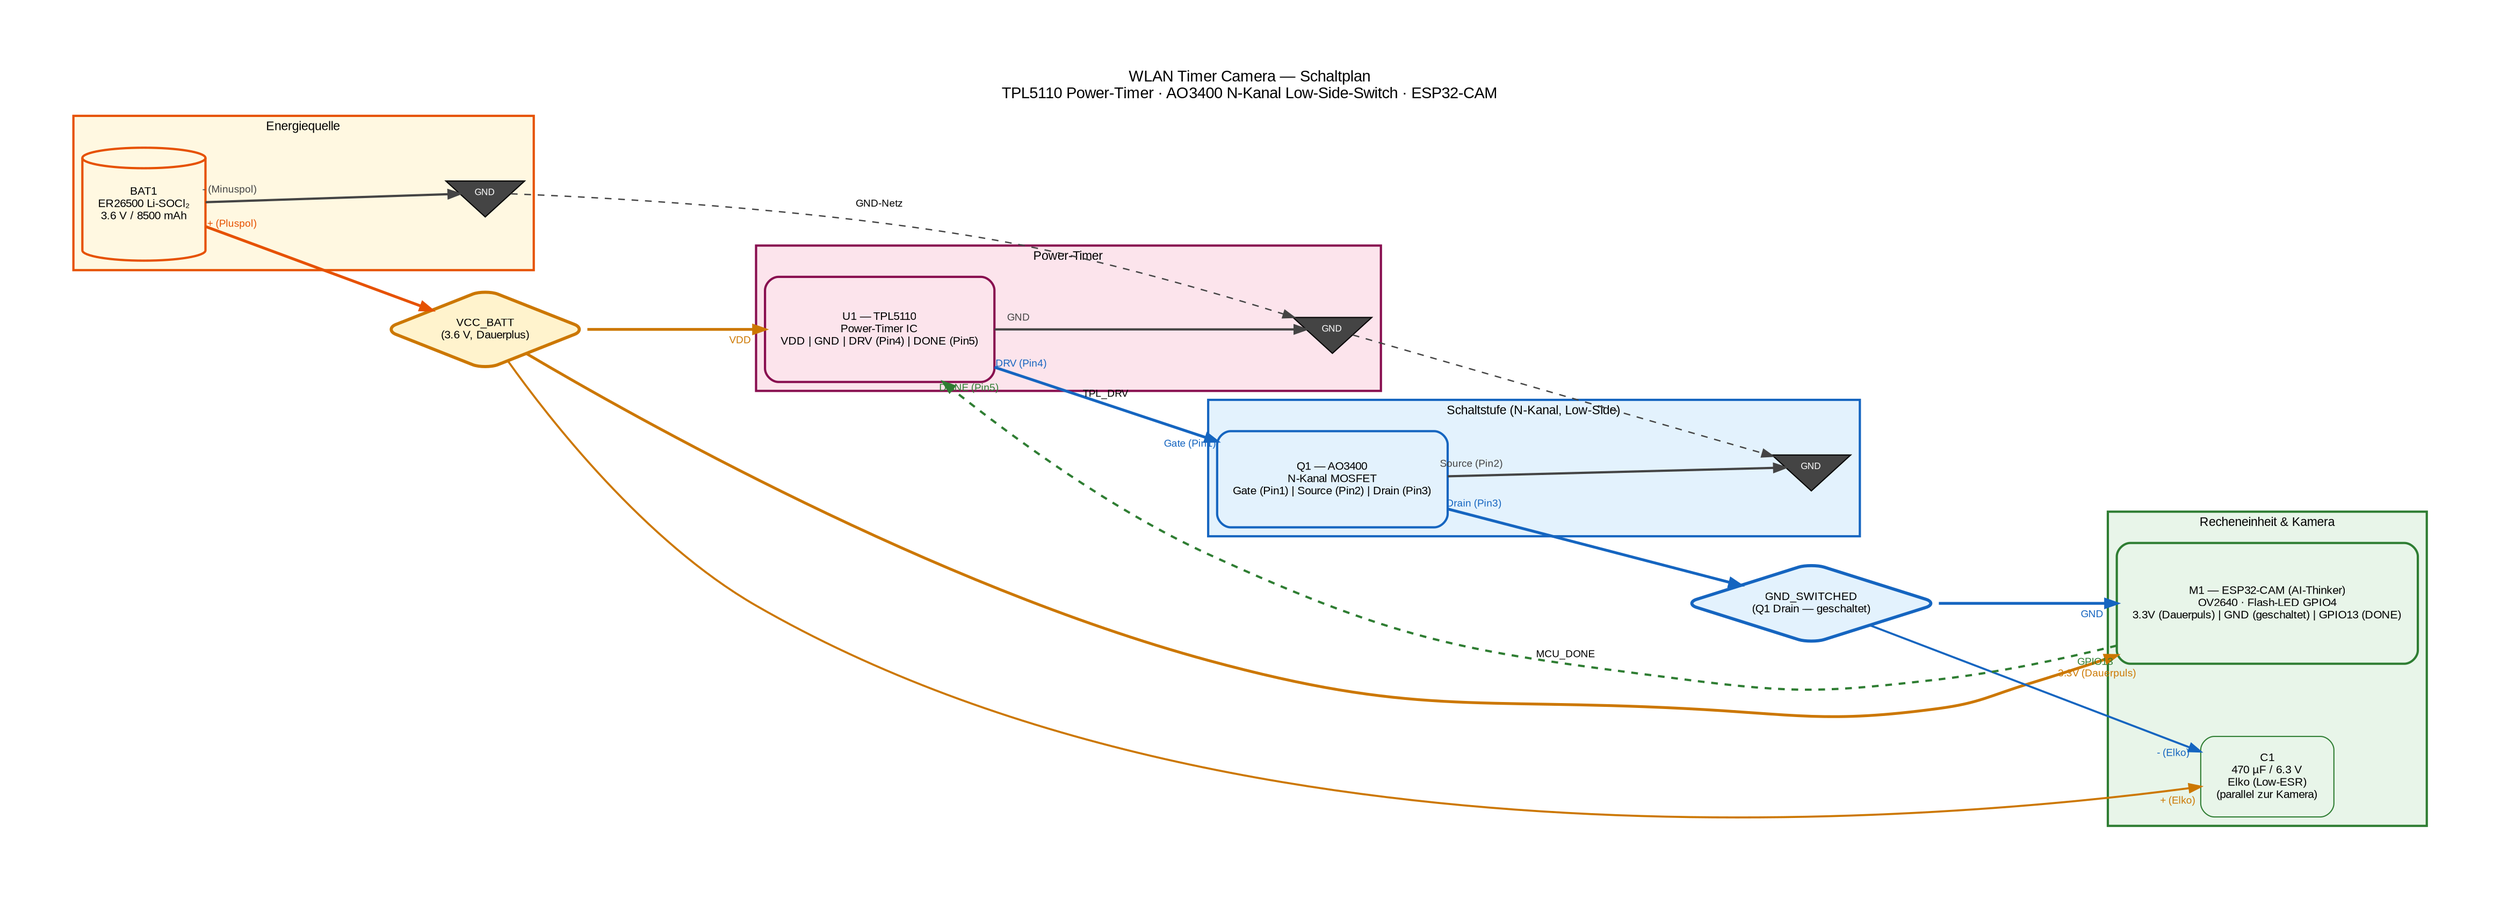
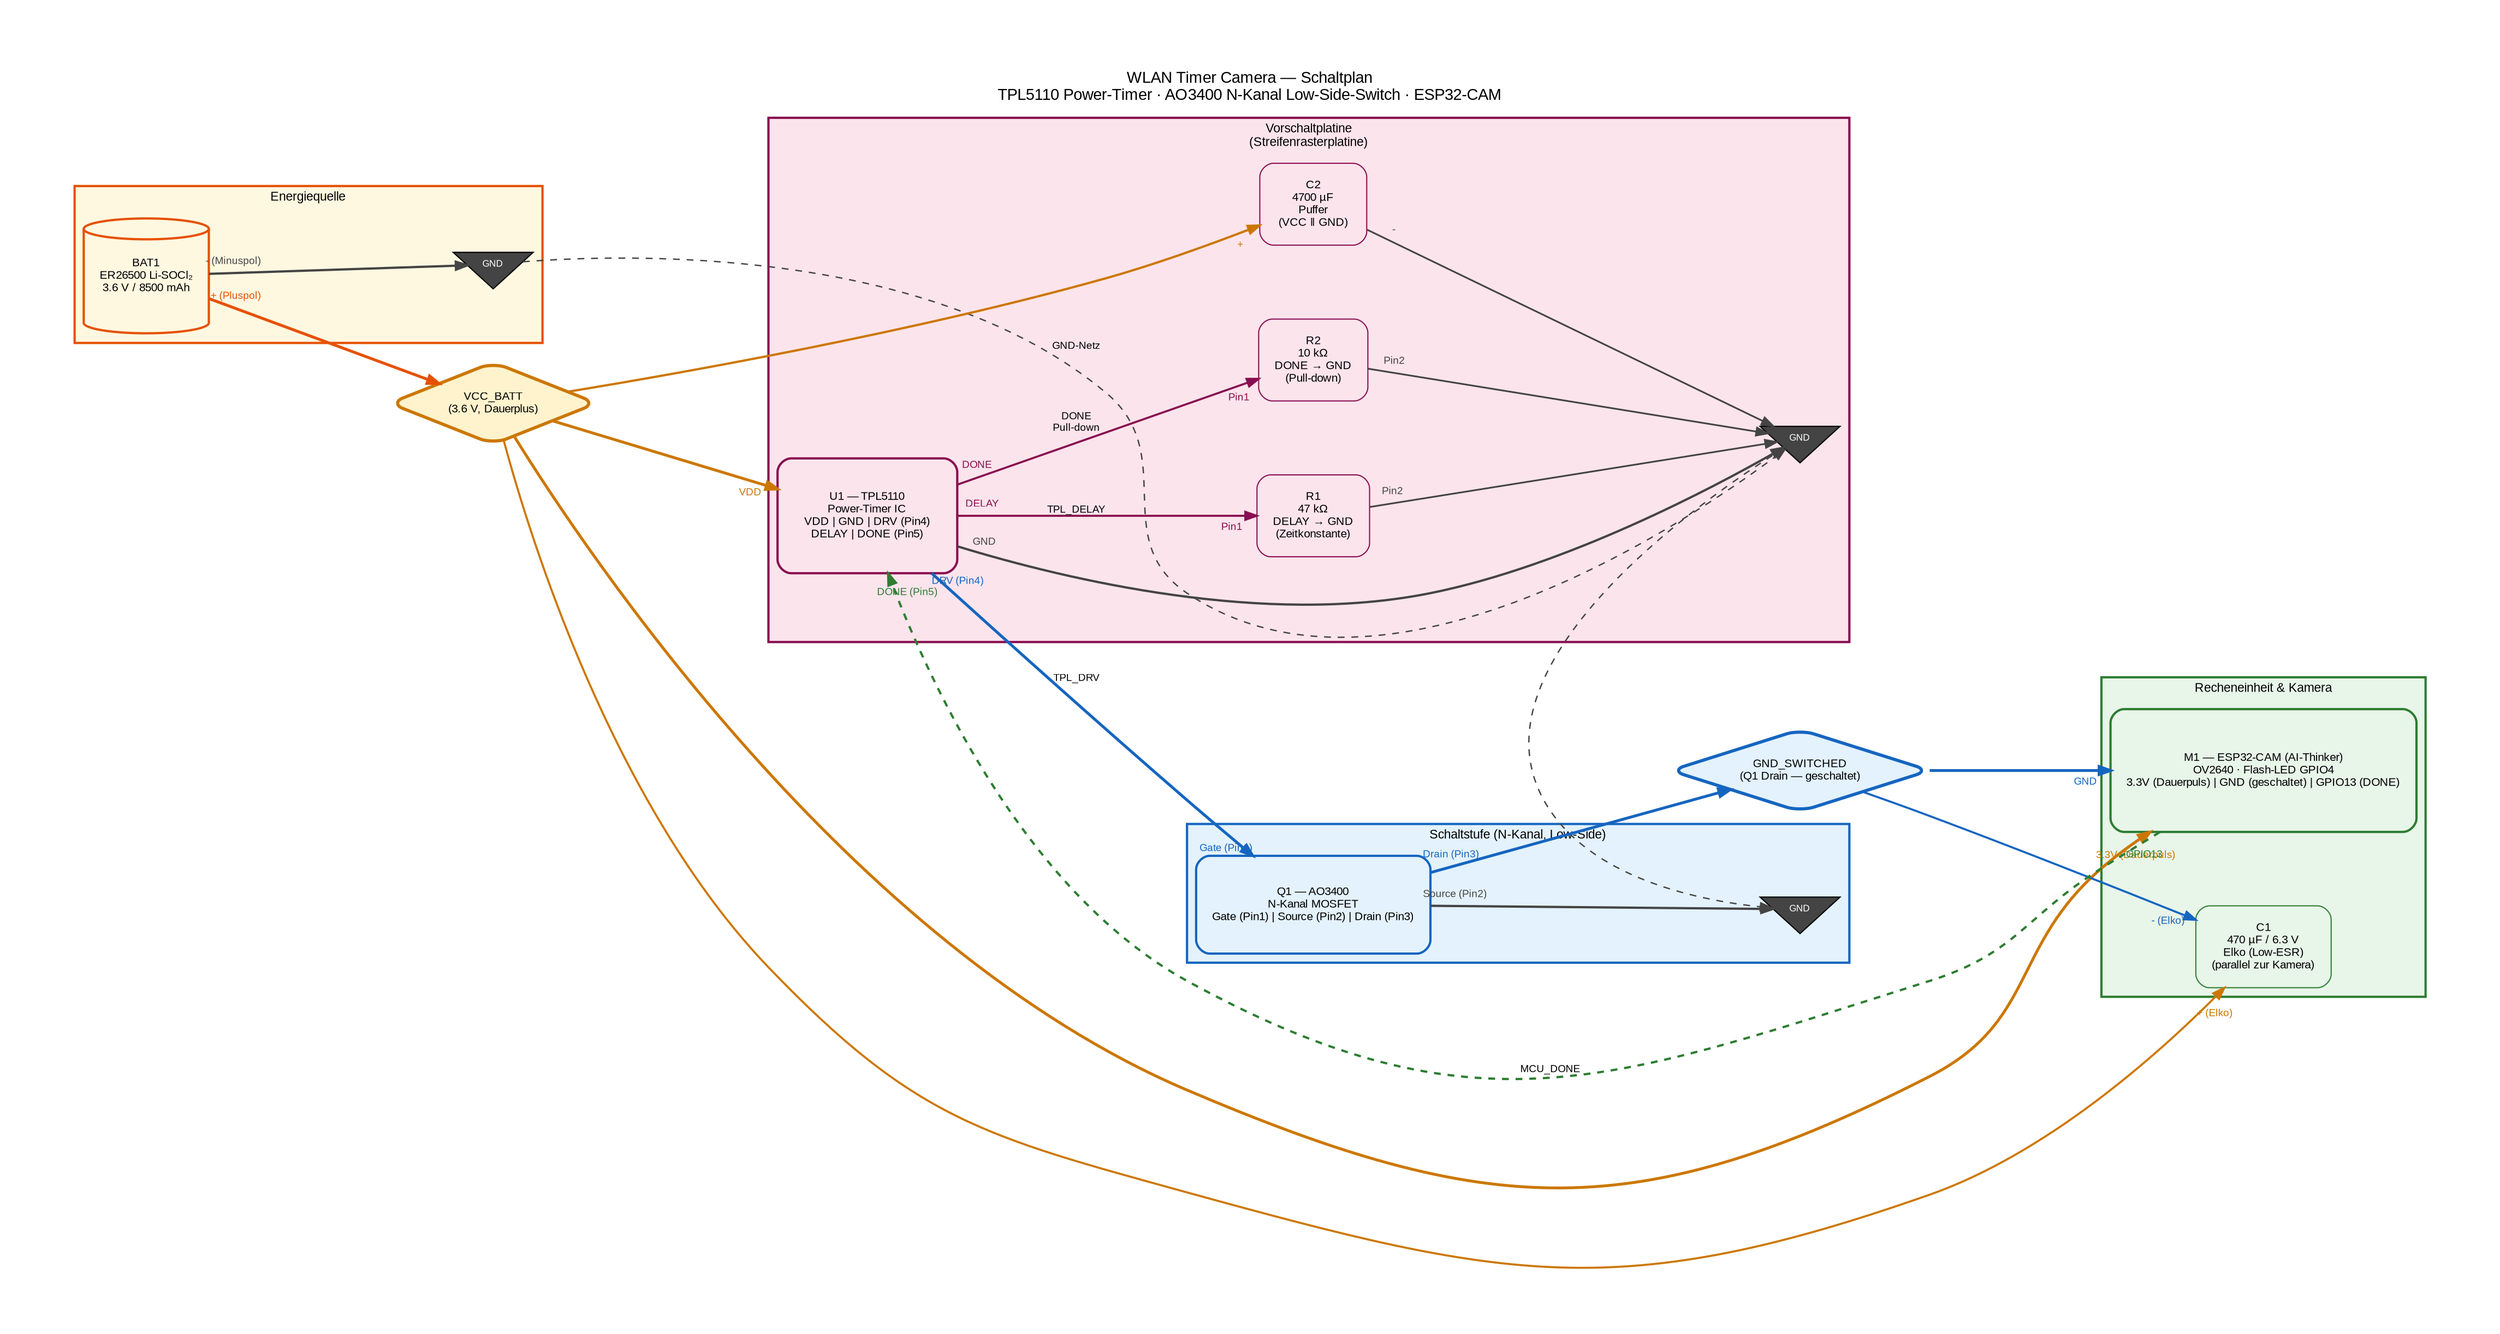
digraph WlanTimerCamera {
    graph [
        rankdir=LR
        fontname="Arial"
        fontsize=14
        label="WLAN Timer Camera — Schaltplan\nTPL5110 Power-Timer · AO3400 N-Kanal Low-Side-Switch · ESP32-CAM"
        labelloc=t
        labeljust=c
        splines=spline
        nodesep=0.9
        ranksep=2.2
        compound=true
        bgcolor=white
        pad=0.8
    ]
    node [fontname="Arial" fontsize=10 style="filled,rounded" shape=box margin="0.2,0.12"]
    edge [
        fontname="Arial"
        fontsize=9
        penwidth=1.5
        labelfontsize=9
        labeldistance=2.4
        labelangle=25
    ]

    // ── GND-Symbole (je eines pro Cluster) ───────────────────────────────────
    node [shape=invtriangle style=filled fillcolor="#444444" fontcolor=white
          fontsize=8 width=0.4 height=0.28 margin="0.04,0.04" label="GND"]
-     gnd_src  gnd_timer  gnd_mosfet
+     gnd_src  gnd_pre  gnd_mosfet

    // Normalen Node-Stil wiederherstellen
    node [shape=box style="filled,rounded" fontsize=10 fontcolor=black
          margin="0.2,0.12" width=1.0 height=0.6]

    // ── Zwischenpotenziale (Diamonds) ────────────────────────────────────────
    VCC_BATT [
        label="VCC_BATT\n(3.6 V, Dauerplus)"
        shape=diamond
        fillcolor="#FFF3CD" color="#CC7700" penwidth=2.8
        width=2.1 height=1.0 fontsize=10
    ]

    GND_SW [
        label="GND_SWITCHED\n(Q1 Drain — geschaltet)"
        shape=diamond
        fillcolor="#E3F2FD" color="#1565C0" penwidth=2.8
        width=2.2 height=1.0 fontsize=10
    ]

    // ── Cluster: Energiequelle ───────────────────────────────────────────────
    subgraph cluster_source {
        label="Energiequelle"
        style=filled fillcolor="#FFF8E1" color="#E65100" penwidth=2
        fontname="Arial" fontsize=11

        BAT1 [
            label="BAT1\nER26500 Li-SOCl₂\n3.6 V / 8500 mAh"
            shape=cylinder width=1.3 height=1.4
            fillcolor="#FFF8E1" color="#E65100" penwidth=2
            style=filled
        ]
        gnd_src
    }

-     // ── Cluster: Power-Timer ─────────────────────────────────────────────────
-     subgraph cluster_timer {
-         label="Power-Timer"
+     // ── Cluster: Vorschaltplatine (Streifenrasterplatine) ───────────────────
+     subgraph cluster_pre {
+         label="Vorschaltplatine\n(Streifenrasterplatine)"
        style=filled fillcolor="#FCE4EC" color="#880E4F" penwidth=2
        fontname="Arial" fontsize=11

+         C2 [
+             label="C2\n4700 µF\nPuffer\n(VCC ‖ GND)"
+             shape=box width=1.3 height=1.0
+             fillcolor="#FCE4EC" color="#880E4F"
+             style="filled,rounded"
+         ]
        U1 [
-             label="U1 — TPL5110\nPower-Timer IC\nVDD | GND | DRV (Pin4) | DONE (Pin5)"
-             shape=box width=2.2 height=1.3
+             label="U1 — TPL5110\nPower-Timer IC\nVDD | GND | DRV (Pin4)\nDELAY | DONE (Pin5)"
+             shape=box width=2.2 height=1.4
            fillcolor="#FCE4EC" color="#880E4F" penwidth=2
            style="filled,rounded"
        ]
-         gnd_timer
+         R1 [
+             label="R1\n47 kΩ\nDELAY → GND\n(Zeitkonstante)"
+             shape=box width=1.3 height=1.0
+             fillcolor="#FCE4EC" color="#880E4F"
+             style="filled,rounded"
+         ]
+         R2 [
+             label="R2\n10 kΩ\nDONE → GND\n(Pull-down)"
+             shape=box width=1.3 height=1.0
+             fillcolor="#FCE4EC" color="#880E4F"
+             style="filled,rounded"
+         ]
+         gnd_pre
    }

    // ── Cluster: Schaltstufe (Low-Side) ─────────────────────────────────────
    subgraph cluster_switch {
        label="Schaltstufe (N-Kanal, Low-Side)"
        style=filled fillcolor="#E3F2FD" color="#1565C0" penwidth=2
        fontname="Arial" fontsize=11

        Q1 [
            label="Q1 — AO3400\nN-Kanal MOSFET\nGate (Pin1) | Source (Pin2) | Drain (Pin3)"
            shape=box width=2.4 height=1.2
            fillcolor="#E3F2FD" color="#1565C0" penwidth=2
            style="filled,rounded"
        ]
        gnd_mosfet
    }

    // ── Cluster: Recheneinheit & Kamera ──────────────────────────────────────
    subgraph cluster_mcu {
        label="Recheneinheit & Kamera"
        style=filled fillcolor="#E8F5E9" color="#2E7D32" penwidth=2
        fontname="Arial" fontsize=11

        M1 [
            label="M1 — ESP32-CAM (AI-Thinker)\nOV2640 · Flash-LED GPIO4\n3.3V (Dauerpuls) | GND (geschaltet) | GPIO13 (DONE)"
            shape=box width=2.8 height=1.5
            fillcolor="#E8F5E9" color="#2E7D32" penwidth=2
            style="filled,rounded"
        ]
        C1 [
            label="C1\n470 µF / 6.3 V\nElko (Low-ESR)\n(parallel zur Kamera)"
            shape=box width=1.5 height=1.0
            fillcolor="#E8F5E9" color="#2E7D32"
            style="filled,rounded"
        ]
    }

    // ════════════════════════════════════════════════════════════════════════════
    // KANTEN — Versorgungspfad
    // ════════════════════════════════════════════════════════════════════════════

    // Batterie Pluspol → VCC_BATT-Schiene
    BAT1 -> VCC_BATT [
        taillabel="+ (Pluspol)"  headlabel=""
        color="#E65100" penwidth=2.5 labelfontcolor="#E65100"
    ]

    // Batterie Minuspol → lokales GND-Symbol
    BAT1 -> gnd_src [
        taillabel="- (Minuspol)"  headlabel=""
        color="#444444" penwidth=2 labelfontcolor="#444444"
    ]

+     // VCC_BATT → C2+ (Pufferkondensator auf Vorschaltplatine)
+     VCC_BATT -> C2 [
+         taillabel=""  headlabel="+"
+         color="#CC7700" penwidth=2.0 labelfontcolor="#CC7700"
+     ]
+ 
    // VCC_BATT → TPL5110 VDD (Dauerversorgung Timer)
    VCC_BATT -> U1 [
        taillabel=""  headlabel="VDD"
        color="#CC7700" penwidth=2.5 labelfontcolor="#CC7700"
    ]

    // VCC_BATT → ESP32-CAM 3.3V  !! Dauerpuls — bypasses MOSFET !!
    VCC_BATT -> M1 [
        taillabel=""  headlabel="3.3V (Dauerpuls)"
        color="#CC7700" penwidth=2.5 labelfontcolor="#CC7700"
        constraint=false
    ]

    // VCC_BATT → C1+  (Elko-Pluspol immer auf VCC_BATT)
    VCC_BATT -> C1 [
        taillabel=""  headlabel="+ (Elko)"
        color="#CC7700" penwidth=1.8 labelfontcolor="#CC7700"
        constraint=false
+     ]
+ 
+     // ════════════════════════════════════════════════════════════════════════════
+     // KANTEN — Vorschaltplatine intern
+     // ════════════════════════════════════════════════════════════════════════════
+ 
+     // C2- → lokales GND
+     C2 -> gnd_pre [
+         taillabel="-"  headlabel=""
+         color="#444444" penwidth=1.5 labelfontcolor="#444444"
+     ]
+ 
+     // U1 DELAY → R1 Pin1 (Timer-Zeitkonstante)
+     U1 -> R1 [
+         taillabel="DELAY"  headlabel="Pin1"
+         color="#880E4F" penwidth=1.8 labelfontcolor="#880E4F"
+         label="TPL_DELAY"
+     ]
+ 
+     // R1 Pin2 → lokales GND
+     R1 -> gnd_pre [
+         taillabel="Pin2"  headlabel=""
+         color="#444444" penwidth=1.5 labelfontcolor="#444444"
+     ]
+ 
+     // U1 DONE → R2 Pin1 (Pull-down, verhindert floatenden Eingang)
+     U1 -> R2 [
+         taillabel="DONE"  headlabel="Pin1"
+         color="#880E4F" penwidth=1.8 labelfontcolor="#880E4F"
+         label="DONE\nPull-down"
+     ]
+ 
+     // R2 Pin2 → lokales GND
+     R2 -> gnd_pre [
+         taillabel="Pin2"  headlabel=""
+         color="#444444" penwidth=1.5 labelfontcolor="#444444"
+     ]
+ 
+     // U1 GND → lokales GND
+     U1 -> gnd_pre [
+         taillabel="GND"  headlabel=""
+         color="#444444" penwidth=2 labelfontcolor="#444444"
    ]

    // ════════════════════════════════════════════════════════════════════════════
    // KANTEN — Steuersignal
    // ════════════════════════════════════════════════════════════════════════════

    // TPL5110 DRV → Q1 Gate  (HIGH = MOSFET ein; im Schlaf aktiv auf GND gezogen)
    U1 -> Q1 [
        taillabel="DRV (Pin4)"  headlabel="Gate (Pin1)"
        color="#1565C0" penwidth=2.5 labelfontcolor="#1565C0"
        label="TPL_DRV"
    ]

    // ════════════════════════════════════════════════════════════════════════════
    // KANTEN — Geschaltete GND-Leitung
    // ════════════════════════════════════════════════════════════════════════════

    // Q1 Drain → GND_SWITCHED-Schiene
    Q1 -> GND_SW [
        taillabel="Drain (Pin3)"  headlabel=""
        color="#1565C0" penwidth=2.5 labelfontcolor="#1565C0"
    ]

    // GND_SWITCHED → C1-  (Elko-Minuspol geschaltet)
    GND_SW -> C1 [
        taillabel=""  headlabel="- (Elko)"
        color="#1565C0" penwidth=1.8 labelfontcolor="#1565C0"
        constraint=false
    ]

    // GND_SWITCHED → ESP32-CAM GND  !! Kamera bekommt Masse erst wenn Q1 leitet !!
    GND_SW -> M1 [
        taillabel=""  headlabel="GND"
        color="#1565C0" penwidth=2.5 labelfontcolor="#1565C0"
    ]

    // ════════════════════════════════════════════════════════════════════════════
    // KANTEN — Feedback-Signal
    // ════════════════════════════════════════════════════════════════════════════

    // ESP32-CAM GPIO13 → TPL5110 DONE  (Kamera signalisiert Ende der Aufnahme)
    M1 -> U1 [
        taillabel="GPIO13"  headlabel="DONE (Pin5)"
        color="#2E7D32" penwidth=2 labelfontcolor="#2E7D32"
        label="MCU_DONE" style=dashed
        constraint=false
    ]

    // ════════════════════════════════════════════════════════════════════════════
-     // KANTEN — GND-Netz (lokale Symbole verbinden)
-     // ════════════════════════════════════════════════════════════════════════════
- 
-     // TPL5110 GND → lokales Symbol
-     U1 -> gnd_timer [
-         taillabel="GND"  headlabel=""
-         color="#444444" penwidth=2 labelfontcolor="#444444"
-     ]
+     // KANTEN — GND-Netz
+     // ════════════════════════════════════════════════════════════════════════════

    // Q1 Source → lokales GND (gemeinsam mit Batterie-Minus)
    Q1 -> gnd_mosfet [
        taillabel="Source (Pin2)"  headlabel=""
        color="#444444" penwidth=2 labelfontcolor="#444444"
    ]

    // GND-Netz-Verbindungen zwischen Clustern (gestrichelt = gleicher Knoten)
-     gnd_src -> gnd_timer [
+     gnd_src -> gnd_pre [
        color="#444444" penwidth=1.2 style=dashed
        label="GND-Netz"
        constraint=false
    ]
-     gnd_timer -> gnd_mosfet [
+     gnd_pre -> gnd_mosfet [
        color="#444444" penwidth=1.2 style=dashed
        constraint=false
    ]
}
